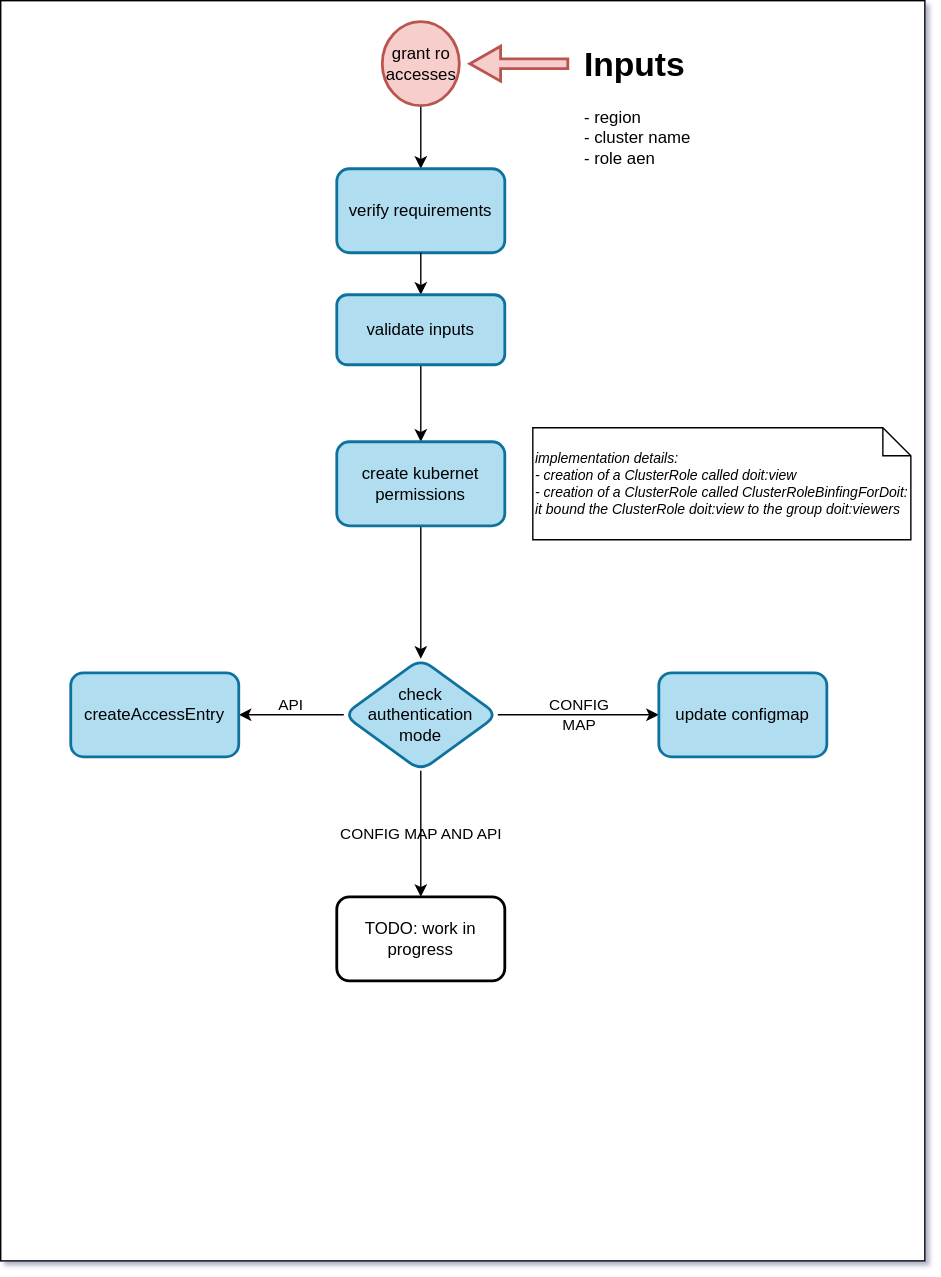
Above: doc_resources/schema.svg in doitintl/grant-eks-ro-access (draw.io), before the change. Source tidied: cells renumbered, new cells last; positions are measured from the earlier drawing's top-left corner, leaving out a move shared by most shapes.
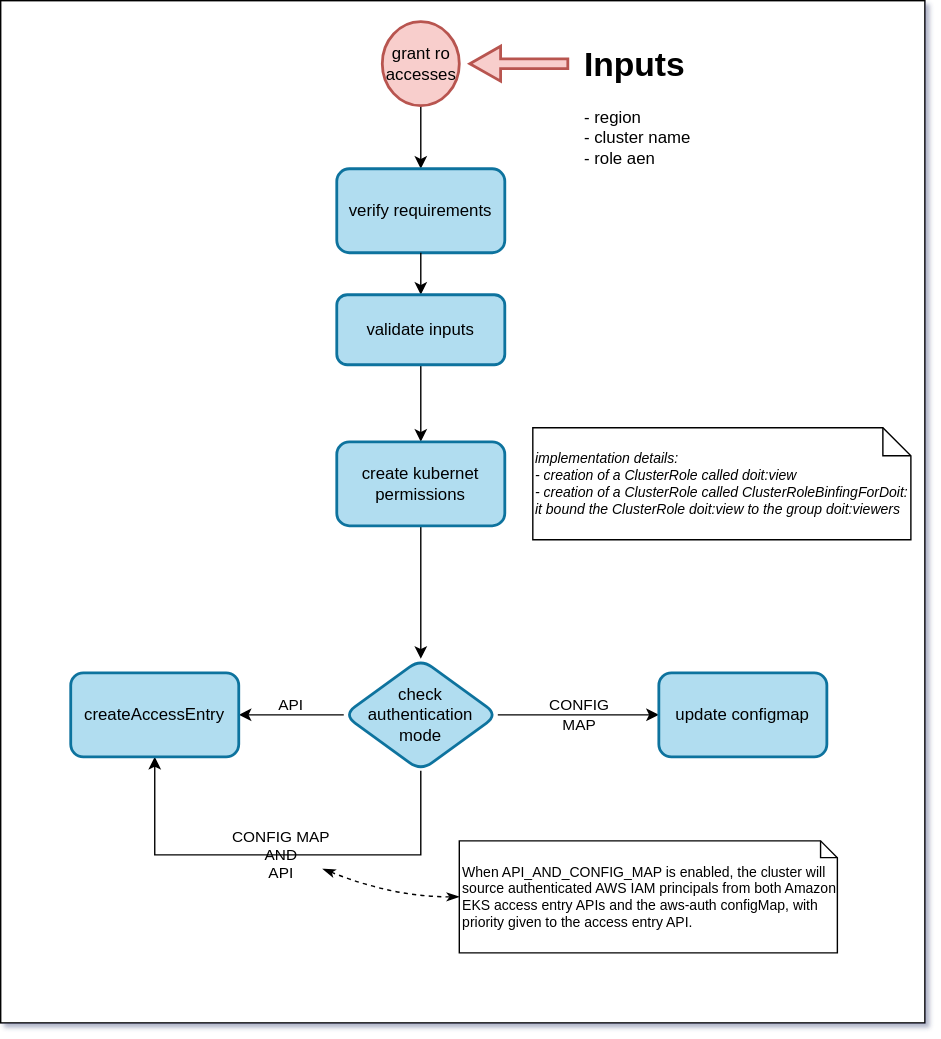
The same file after the commit.

Commit message:
doc: update svg schema used in doc

Diff of the diagram source:
```diff
@@ -3,7 +3,7 @@
     <mxCell id="0" />
     <mxCell id="1" parent="0" />
     <mxCell id="2" style="rounded=0;whiteSpace=wrap;html=1;" parent="1" vertex="1">
-      <mxGeometry width="660" height="900" as="geometry" />
+      <mxGeometry width="660" height="730" as="geometry" />
     </mxCell>
     <mxCell id="3" style="edgeStyle=orthogonalEdgeStyle;rounded=0;jettySize=auto;html=1;" parent="1" edge="1" source="4" target="8">
       <mxGeometry relative="1" as="geometry" />
@@ -29,8 +29,13 @@
     <mxCell id="10" value="API&lt;div&gt;&lt;br&gt;&lt;/div&gt;" style="edgeStyle=orthogonalEdgeStyle;rounded=0;jettySize=auto;html=1;labelBackgroundColor=none;" parent="1" edge="1" source="12" target="14">
       <mxGeometry relative="1" as="geometry" />
     </mxCell>
-    <mxCell id="11" value="CONFIG MAP AND API" style="edgeStyle=orthogonalEdgeStyle;rounded=0;jettySize=auto;html=1;labelBackgroundColor=none;" parent="1" edge="1" source="12" target="17">
-      <mxGeometry relative="1" as="geometry" />
+    <mxCell id="11" value="CONFIG MAP&lt;br&gt;AND&lt;br&gt;API" style="edgeStyle=orthogonalEdgeStyle;rounded=0;jettySize=auto;html=1;labelBackgroundColor=none;entryX=0.5;entryY=1;entryDx=0;entryDy=0;exitX=0.5;exitY=1;exitDx=0;exitDy=0;" parent="1" edge="1" source="12" target="14">
+      <mxGeometry relative="1" as="geometry">
+        <Array as="points">
+          <mxPoint x="300" y="610" />
+          <mxPoint x="110" y="610" />
+        </Array>
+      </mxGeometry>
     </mxCell>
     <mxCell id="12" value="check authentication mode" style="rhombus;whiteSpace=wrap;html=1;rounded=1;strokeWidth=2;fillColor=#b1ddf0;strokeColor=#10739e;" parent="1" vertex="1">
       <mxGeometry x="245" y="470" width="110" height="80" as="geometry" />
@@ -47,9 +52,6 @@
     <mxCell id="16" value="create kubernet permissions" style="rounded=1;whiteSpace=wrap;html=1;strokeWidth=2;fillColor=#b1ddf0;strokeColor=#10739e;" parent="1" vertex="1">
       <mxGeometry x="240" y="315" width="120" height="60" as="geometry" />
     </mxCell>
-    <mxCell id="17" value="TODO: work in progress" style="rounded=1;whiteSpace=wrap;html=1;strokeWidth=2;" parent="1" vertex="1">
-      <mxGeometry x="240" y="640" width="120" height="60" as="geometry" />
-    </mxCell>
     <mxCell id="18" value="&lt;i style=&quot;font-size: 10px;&quot;&gt;implementation details:&lt;/i&gt;&lt;div style=&quot;font-size: 10px;&quot;&gt;&lt;i style=&quot;font-size: 10px;&quot;&gt;- creation of a ClusterRole called doit:view&lt;/i&gt;&lt;/div&gt;&lt;div style=&quot;font-size: 10px;&quot;&gt;&lt;i style=&quot;font-size: 10px;&quot;&gt;-&amp;nbsp;&lt;span style=&quot;background-color: initial; font-size: 10px;&quot;&gt;creation of a ClusterRole called ClusterRoleBinfingForDoit: it bound the ClusterRole doit:view to the group doit:viewers&lt;/span&gt;&lt;/i&gt;&lt;/div&gt;" style="shape=note;size=20;whiteSpace=wrap;html=1;align=left;fontSize=10;fillColor=default;strokeColor=default;" parent="1" vertex="1">
       <mxGeometry x="380" y="305" width="270" height="80" as="geometry" />
     </mxCell>
@@ -59,5 +61,16 @@
     <mxCell id="20" value="validate inputs" style="rounded=1;whiteSpace=wrap;html=1;strokeWidth=2;fillColor=#b1ddf0;strokeColor=#10739e;" parent="1" vertex="1">
       <mxGeometry x="240" y="210" width="120" height="50" as="geometry" />
     </mxCell>
+    <mxCell id="21" value="When API_AND_CONFIG_MAP is enabled, the cluster will source authenticated AWS IAM principals from both Amazon EKS access entry APIs and the aws-auth configMap, with priority given to the access entry API." style="shape=note;size=12;whiteSpace=wrap;html=1;align=left;fontSize=10;fillColor=default;strokeColor=default;" parent="1" vertex="1">
+      <mxGeometry x="327.5" y="600" width="270" height="80" as="geometry" />
+    </mxCell>
+    <mxCell id="22" style="endArrow=classicThin;startArrow=classicThin;html=1;rounded=0;entryX=0;entryY=0.5;entryDx=0;entryDy=0;entryPerimeter=0;curved=1;dashed=1;startFill=1;endFill=1;" parent="1" edge="1" target="21">
+      <mxGeometry relative="1" as="geometry">
+        <mxPoint x="230" y="620" as="sourcePoint" />
+        <Array as="points">
+          <mxPoint x="280" y="640" />
+        </Array>
+      </mxGeometry>
+    </mxCell>
   </root>
 </mxGraphModel>
```
